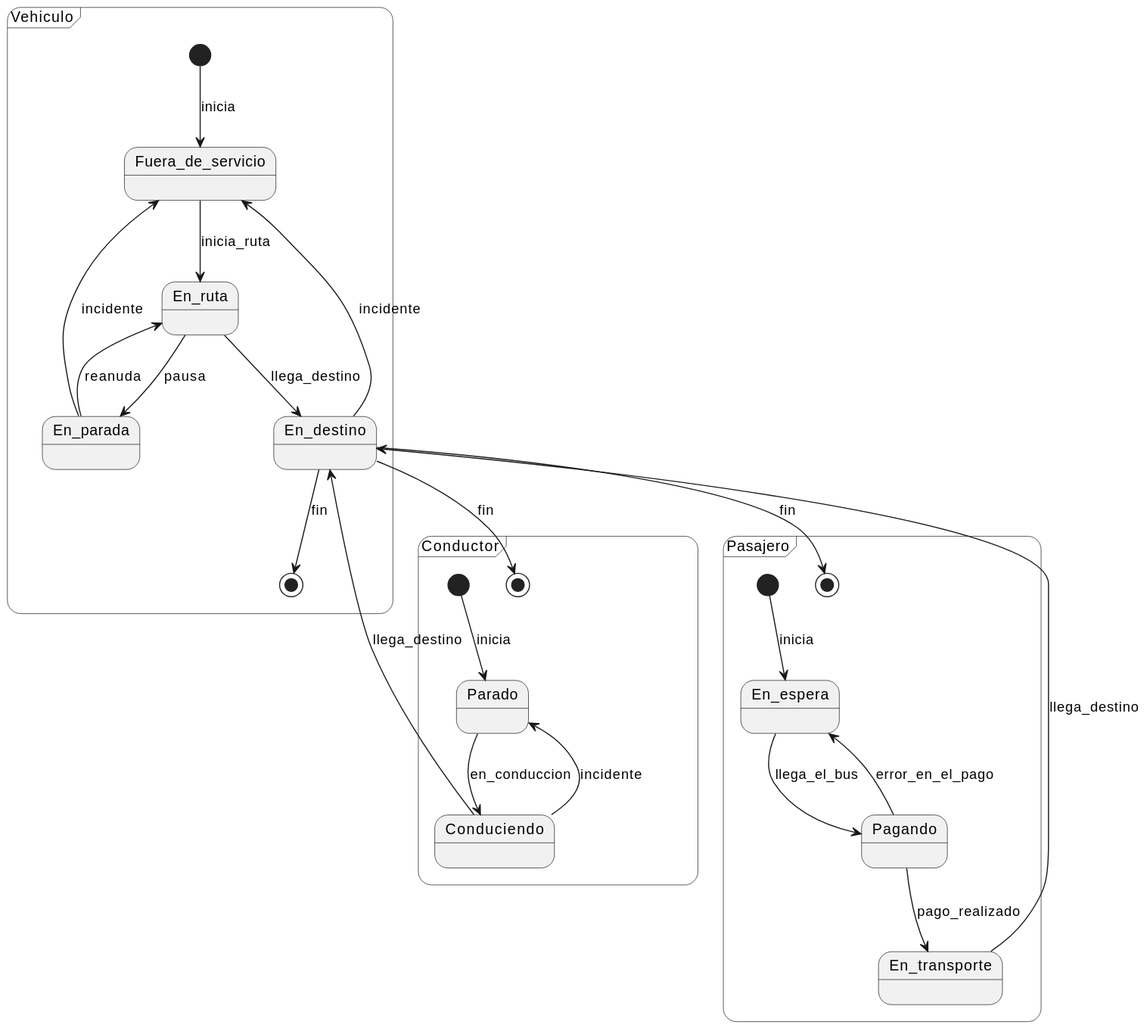
Ingenieria-Informatica-UNEATLANTICO/app-actividad-post-parcial-nekiiiiis keeps this PlantUML diagram as images/estadosPost.svg. Above is the earlier version. The source it was exported from:
```plantuml
@startuml
frame Vehiculo {
    [*] --> Fuera_de_servicio : inicia
    Fuera_de_servicio --> En_ruta : inicia_ruta
    En_ruta --> En_parada : pausa
    En_parada --> En_ruta : reanuda
    En_ruta --> En_destino : llega_destino
    En_destino --> Fuera_de_servicio : incidente
    En_parada --> Fuera_de_servicio : incidente
    En_destino --> [*] : fin
}

frame Conductor {
    [*] --> Parado : inicia
    Parado --> Conduciendo : en_conduccion
    Conduciendo --> En_destino : llega_destino
    Conduciendo --> Parado : incidente
    En_destino --> [*] : fin
}

frame Pasajero {
    [*] --> En_espera : inicia
    En_espera --> Pagando : llega_el_bus
    Pagando --> En_espera : error_en_el_pago
    Pagando --> En_transporte : pago_realizado
    En_transporte --> En_destino : llega_destino
    En_destino --> [*] : fin
}
@enduml
```
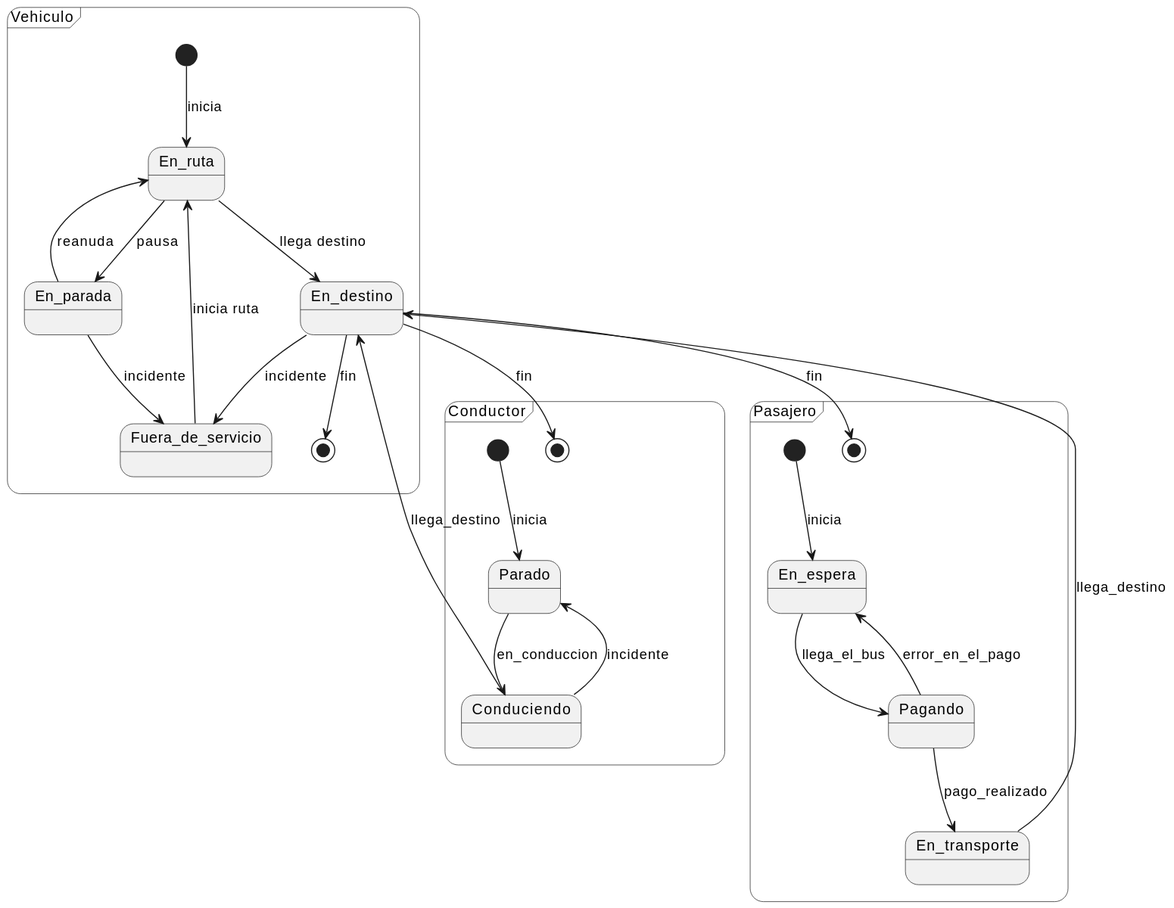
Above is the later version.

Diff of the diagram source:
```diff
@@ -1,10 +1,10 @@
 @startuml
 frame Vehiculo {
-    [*] --> Fuera_de_servicio : inicia
-    Fuera_de_servicio --> En_ruta : inicia_ruta
+    [*] --> En_ruta : inicia
+    Fuera_de_servicio --> En_ruta : inicia ruta
     En_ruta --> En_parada : pausa
     En_parada --> En_ruta : reanuda
-    En_ruta --> En_destino : llega_destino
+    En_ruta --> En_destino : llega destino
     En_destino --> Fuera_de_servicio : incidente
     En_parada --> Fuera_de_servicio : incidente
     En_destino --> [*] : fin
```
